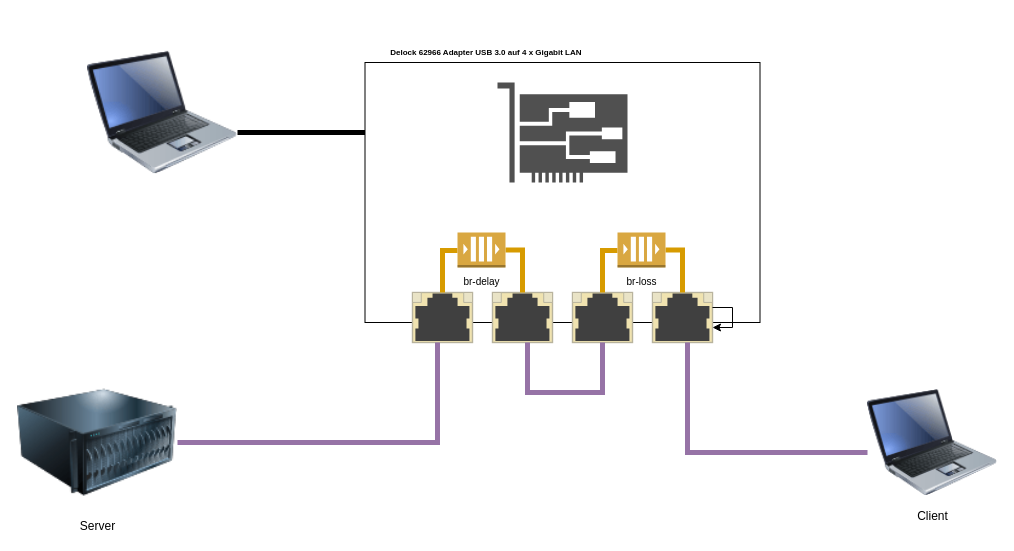
Earlier version of the draw.io diagram trashy-network-sim/drawing.drawio (benedikt97/Network-Toolkit). Source tidied: cells renumbered, new cells numbered last; positions are measured from the earlier drawing's top-left corner, leaving out a move shared by most shapes. Both pictures are drawn from the tidied source at 100%, with x=0, y=0 at pixel (17, 32).
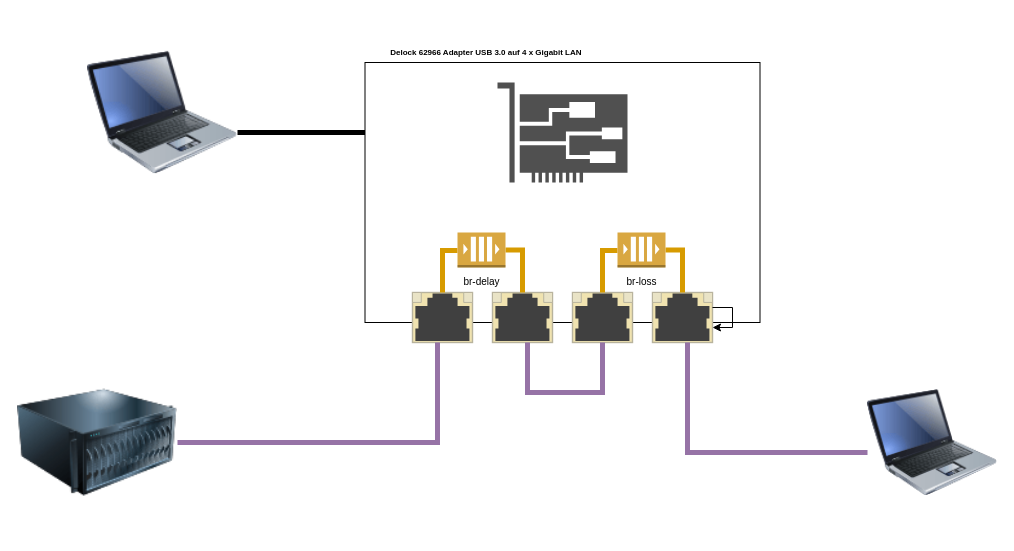
The same page after the edit.

Diff of the diagram source:
```diff
@@
-    <mxCell id="14" value="Server" style="image;html=1;image=img/lib/clip_art/computers/Server_128x128.png;" parent="1" vertex="1">
+    <mxCell id="14" style="image;html=1;image=img/lib/clip_art/computers/Server_128x128.png;" parent="1" vertex="1">
       <mxGeometry y="340" width="160" height="140" as="geometry" />
     </mxCell>
@@
-    <mxCell id="17" value="Client" style="image;html=1;image=img/lib/clip_art/computers/Laptop_128x128.png;" parent="1" vertex="1">
+    <mxCell id="17" style="image;html=1;image=img/lib/clip_art/computers/Laptop_128x128.png;" parent="1" vertex="1">
       <mxGeometry x="850" y="350" width="130" height="120" as="geometry" />
     </mxCell>
```
